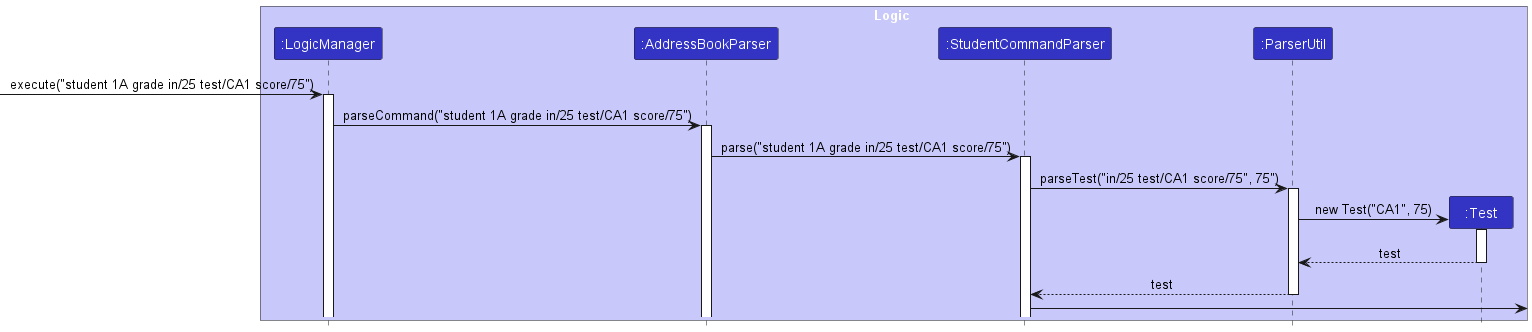
Earlier version of the PlantUML export docs/images/GradeSequentialDiagram.png (nus-cs2103-AY2223S2/tp).
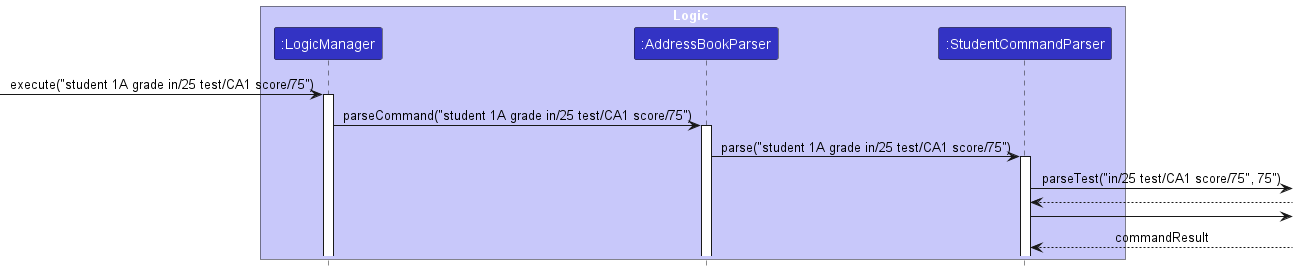
Later version of the same file.

Diff of the diagram source:
```diff
@@ -5,8 +5,6 @@
 participant ":LogicManager" as LogicManager LOGIC_COLOR
 participant ":AddressBookParser" as AddressBookParser LOGIC_COLOR
 participant ":StudentCommandParser" as StudentCommandParser LOGIC_COLOR
-participant ":ParserUtil" as ParserUtil LOGIC_COLOR
-participant ":Test" as Test LOGIC_COLOR
 end box
 
 [-> LogicManager : execute("student 1A grade in/25 test/CA1 score/75")
@@ -18,17 +16,9 @@
 AddressBookParser -> StudentCommandParser : parse("student 1A grade in/25 test/CA1 score/75")
 activate StudentCommandParser
 
-StudentCommandParser -> ParserUtil : parseTest("in/25 test/CA1 score/75", 75")
-activate ParserUtil
-
-create Test
-ParserUtil -> Test: new Test("CA1", 75)
-activate Test
-Test --> ParserUtil: test
-deactivate Test
-
-ParserUtil --> StudentCommandParser : test
-deactivate ParserUtil
+StudentCommandParser -> : parseTest("in/25 test/CA1 score/75", 75")
+StudentCommandParser <--
 StudentCommandParser ->
+StudentCommandParser <-- : commandResult
 
 @enduml
```
